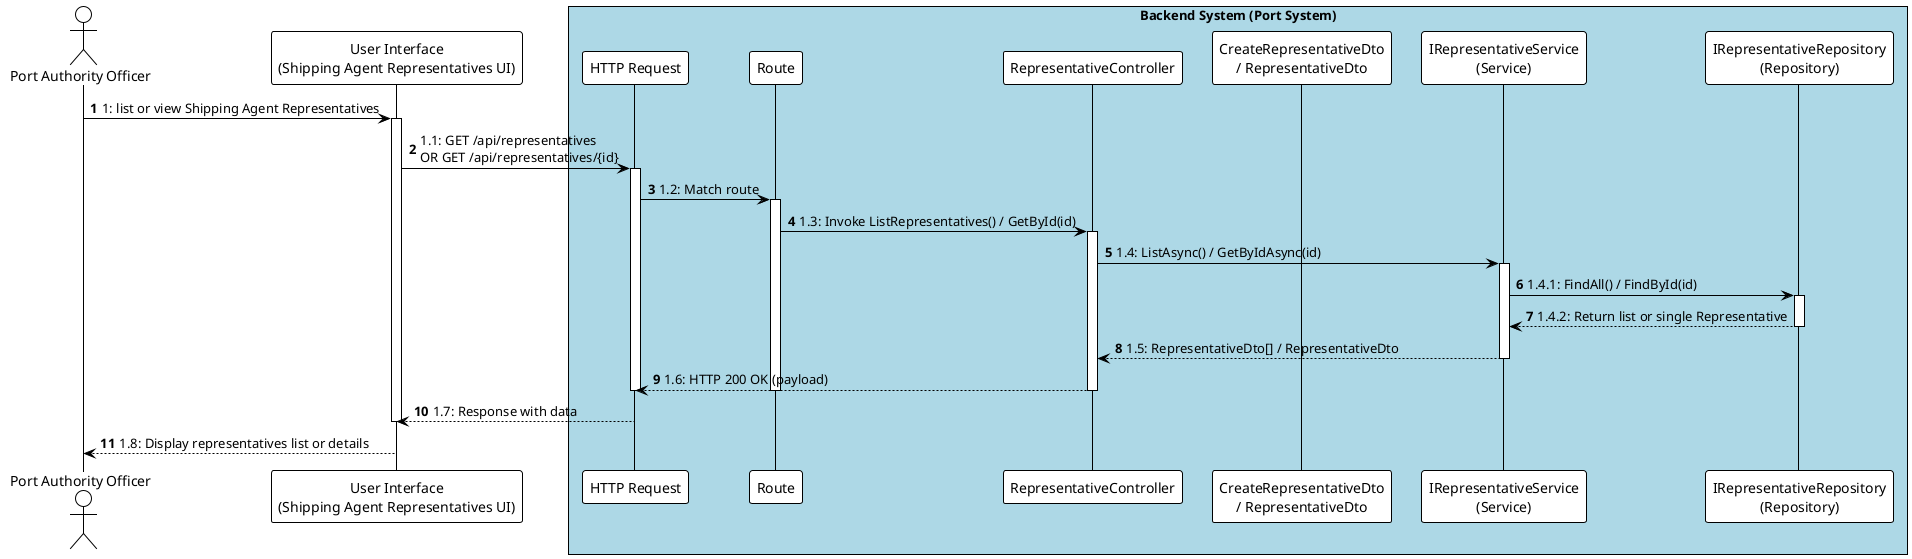
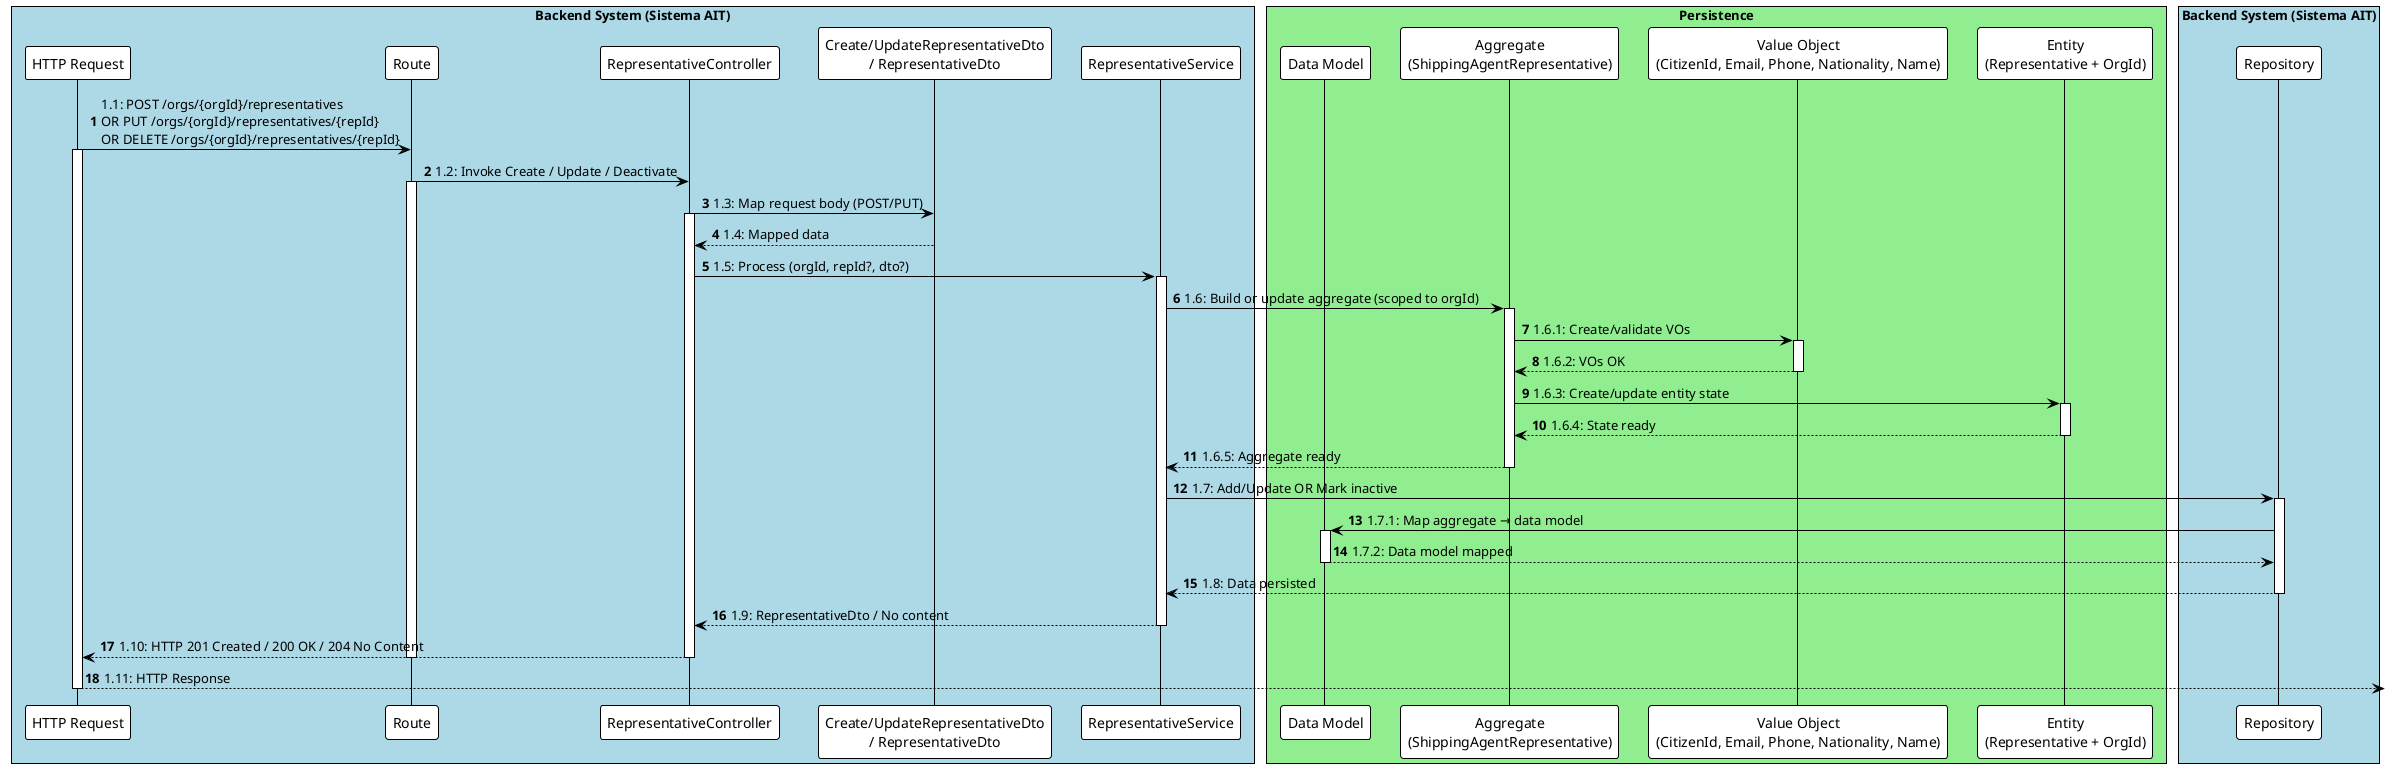
@startuml
!theme plain
autonumber

- actor "Port Authority Officer" as Officer
- participant "User Interface\n(Shipping Agent Representatives UI)" as UI
- 
- box "Backend System (Port System)" #LightBlue
+ box "Backend System (Sistema AIT)" #LightBlue
    participant "HTTP Request" as HttpRequest
    participant "Route" as Route
    participant "RepresentativeController" as Controller
-     participant "CreateRepresentativeDto\n/ RepresentativeDto" as Dto
-     participant "IRepresentativeService\n(Service)" as Service
-     participant "IRepresentativeRepository\n(Repository)" as Repository
+     participant "Create/UpdateRepresentativeDto\n/ RepresentativeDto" as Dto
+     participant "RepresentativeService" as Service
+     box "Persistence" #LightGreen
+         participant "Data Model" as DataModel
+         participant "Aggregate\n(ShippingAgentRepresentative)" as Aggregate
+         participant "Value Object\n(CitizenId, Email, Phone, Nationality, Name)" as ValueObject
+         participant "Entity\n(Representative + OrgId)" as Entity
+     end box
+     participant "Repository" as Repository
end box

- Officer -> UI : 1: list or view Shipping Agent Representatives
- activate UI
+ HttpRequest -> Route : 1.1: POST /orgs/{orgId}/representatives\nOR PUT /orgs/{orgId}/representatives/{repId}\nOR DELETE /orgs/{orgId}/representatives/{repId}
+ activate HttpRequest
+ Route -> Controller : 1.2: Invoke Create / Update / Deactivate
+ activate Route
+ Controller -> Dto : 1.3: Map request body (POST/PUT)
+ activate Controller
+ Dto --> Controller : 1.4: Mapped data
+ deactivate Dto
+ Controller -> Service : 1.5: Process (orgId, repId?, dto?)
+ activate Service

- UI -> HttpRequest : 1.1: GET /api/representatives\nOR GET /api/representatives/{id}
- activate HttpRequest
- HttpRequest -> Route : 1.2: Match route
- activate Route
- Route -> Controller : 1.3: Invoke ListRepresentatives() / GetById(id)
- activate Controller
+ ' Create/Update path (validations + mapping no domínio)
+ Service -> Aggregate : 1.6: Build or update aggregate (scoped to orgId)
+ activate Aggregate
+ Aggregate -> ValueObject : 1.6.1: Create/validate VOs
+ activate ValueObject
+ ValueObject --> Aggregate : 1.6.2: VOs OK
+ deactivate ValueObject
+ Aggregate -> Entity : 1.6.3: Create/update entity state
+ activate Entity
+ Entity --> Aggregate : 1.6.4: State ready
+ deactivate Entity
+ Aggregate --> Service : 1.6.5: Aggregate ready
+ deactivate Aggregate

- Controller -> Service : 1.4: ListAsync() / GetByIdAsync(id)
- activate Service
- Service -> Repository : 1.4.1: FindAll() / FindById(id)
+ ' Persistência (Create/Update ou Deactivate)
+ Service -> Repository : 1.7: Add/Update OR Mark inactive
activate Repository
- Repository --> Service : 1.4.2: Return list or single Representative
+ Repository -> DataModel : 1.7.1: Map aggregate → data model
+ activate DataModel
+ DataModel --> Repository : 1.7.2: Data model mapped
+ deactivate DataModel
+ Repository --> Service : 1.8: Data persisted
deactivate Repository

- Service --> Controller : 1.5: RepresentativeDto[] / RepresentativeDto
+ Service --> Controller : 1.9: RepresentativeDto / No content
deactivate Service
- Controller --> HttpRequest : 1.6: HTTP 200 OK (payload)
+ Controller --> HttpRequest : 1.10: HTTP 201 Created / 200 OK / 204 No Content
deactivate Controller
deactivate Route
+ HttpRequest --> : 1.11: HTTP Response
deactivate HttpRequest

- HttpRequest --> UI : 1.7: Response with data
- deactivate UI
- 
- UI --> Officer : 1.8: Display representatives list or details
- 
@enduml
